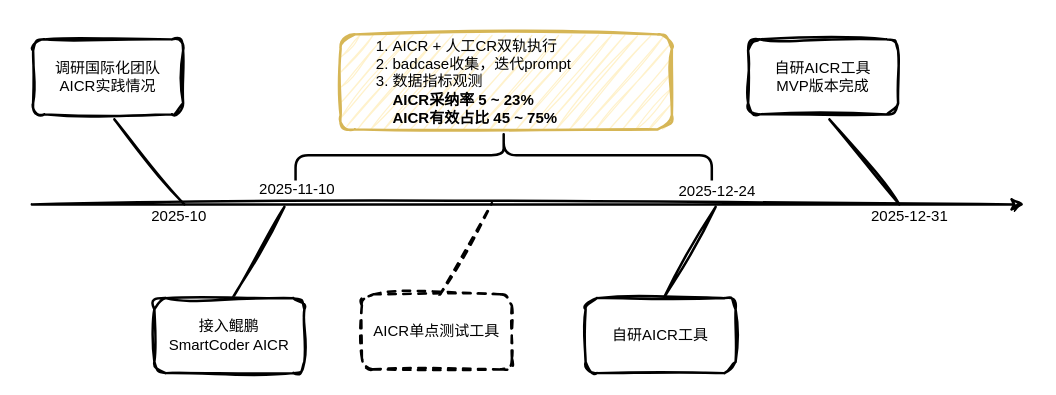
Above: aicr-3-process.drawio in Zsynuting/diagram (draw.io), before the change. Source tidied: cells renumbered, new cells numbered last; positions are measured from the earlier drawing's top-left corner, leaving out a move shared by most shapes. Both pictures are drawn from the tidied source at 125%, with x=0, y=0 at pixel (31, -54).
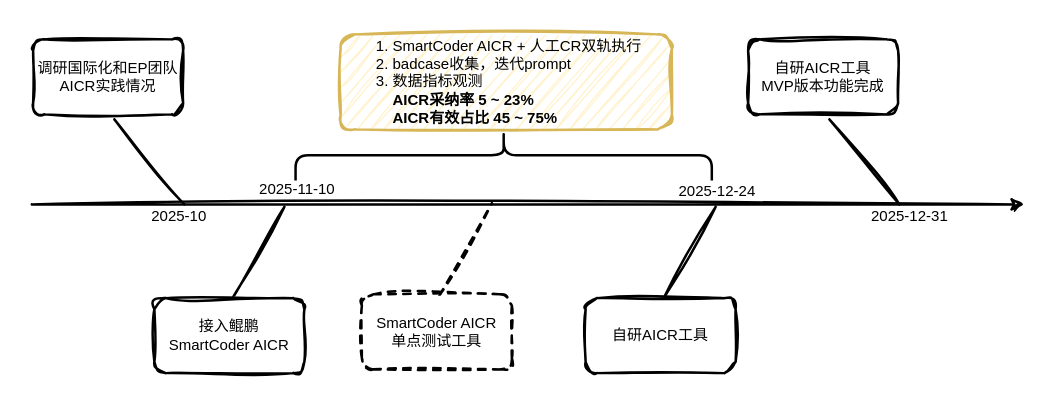
The same diagram, later.

The edit, as a diff of the source:
```diff
@@
-    <mxCell id="5" value="调研国际化团队&lt;div&gt;AICR实践情况&lt;/div&gt;" style="rounded=1;whiteSpace=wrap;html=1;strokeWidth=2;sketch=1;curveFitting=1;jiggle=2;" parent="1" vertex="1">
+    <mxCell id="5" value="调研国际化和EP团队&lt;div&gt;AICR实践情况&lt;/div&gt;" style="rounded=1;whiteSpace=wrap;html=1;strokeWidth=2;sketch=1;curveFitting=1;jiggle=2;" parent="1" vertex="1">
       <mxGeometry x="1" y="74" width="120" height="60" as="geometry" />
     </mxCell>
@@
-    <mxCell id="7" value="&lt;ol&gt;&lt;li&gt;AICR + 人工CR双轨执行&lt;br&gt;&lt;/li&gt;&lt;li&gt;badcase收集，迭代prompt&lt;/li&gt;&lt;li&gt;数据指标观测&lt;br&gt;&lt;b&gt;AICR采纳率 5 ~ 23%&lt;/b&gt;&lt;br&gt;&lt;b&gt;AICR有效占比 45 ~ 75%&lt;/b&gt;&lt;/li&gt;&lt;/ol&gt;" style="rounded=1;whiteSpace=wrap;html=1;strokeWidth=2;sketch=1;curveFitting=1;jiggle=2;align=left;fillColor=#fff2cc;strokeColor=#d6b656;" parent="1" vertex="1">
+    <mxCell id="7" value="&lt;ol&gt;&lt;li&gt;SmartCoder AICR + 人工CR双轨执行&lt;br&gt;&lt;/li&gt;&lt;li&gt;badcase收集，迭代prompt&lt;/li&gt;&lt;li&gt;数据指标观测&lt;br&gt;&lt;b&gt;AICR采纳率 5 ~ 23%&lt;/b&gt;&lt;br&gt;&lt;b&gt;AICR有效占比 45 ~ 75%&lt;/b&gt;&lt;/li&gt;&lt;/ol&gt;" style="rounded=1;whiteSpace=wrap;html=1;strokeWidth=2;sketch=1;curveFitting=1;jiggle=2;align=left;fillColor=#fff2cc;strokeColor=#d6b656;" parent="1" vertex="1">
       <mxGeometry x="247" y="70" width="265" height="76" as="geometry" />
     </mxCell>
@@
-    <mxCell id="15" value="自研AICR工具&lt;div&gt;MVP版本&lt;span style=&quot;background-color: transparent; color: light-dark(rgb(0, 0, 0), rgb(255, 255, 255));&quot;&gt;完成&lt;/span&gt;&lt;/div&gt;" style="rounded=1;whiteSpace=wrap;html=1;strokeWidth=2;sketch=1;curveFitting=1;jiggle=2;" parent="1" vertex="1">
+    <mxCell id="15" value="自研AICR工具&lt;div&gt;MVP版本功能完成&lt;/div&gt;" style="rounded=1;whiteSpace=wrap;html=1;strokeWidth=2;sketch=1;curveFitting=1;jiggle=2;" parent="1" vertex="1">
       <mxGeometry x="573" y="74" width="120" height="60" as="geometry" />
     </mxCell>
@@
-    <mxCell id="18" value="AICR单点测试工具" style="rounded=1;whiteSpace=wrap;html=1;strokeWidth=2;sketch=1;curveFitting=1;jiggle=2;dashed=1;" parent="1" vertex="1">
+    <mxCell id="18" value="SmartCoder AICR&lt;div&gt;单点测试工具&lt;/div&gt;" style="rounded=1;whiteSpace=wrap;html=1;strokeWidth=2;sketch=1;curveFitting=1;jiggle=2;dashed=1;" parent="1" vertex="1">
       <mxGeometry x="264" y="278" width="120" height="60" as="geometry" />
     </mxCell>
```
